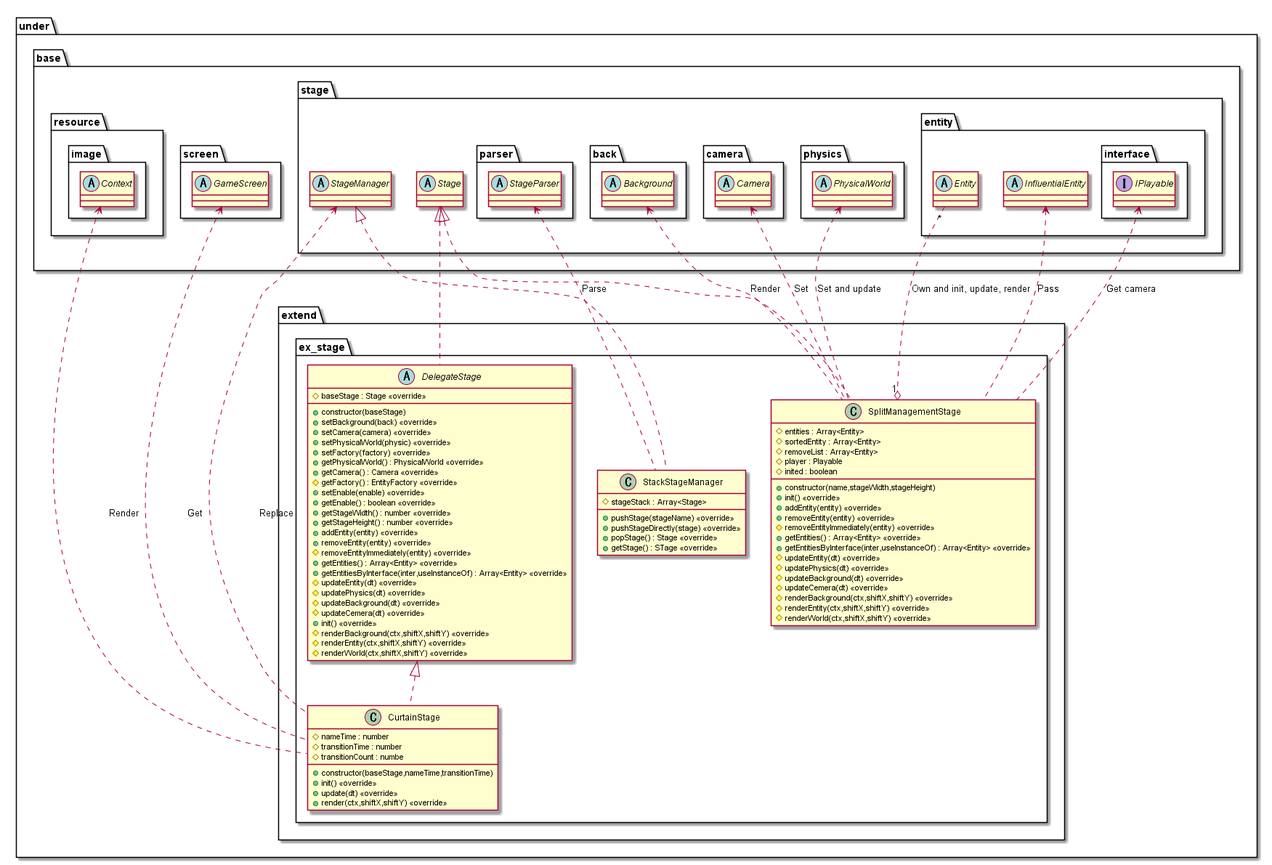
This is out/uml/stage/Extend/StageExtend.png from Expine/Under, a PlantUML export, as it was before one commit.
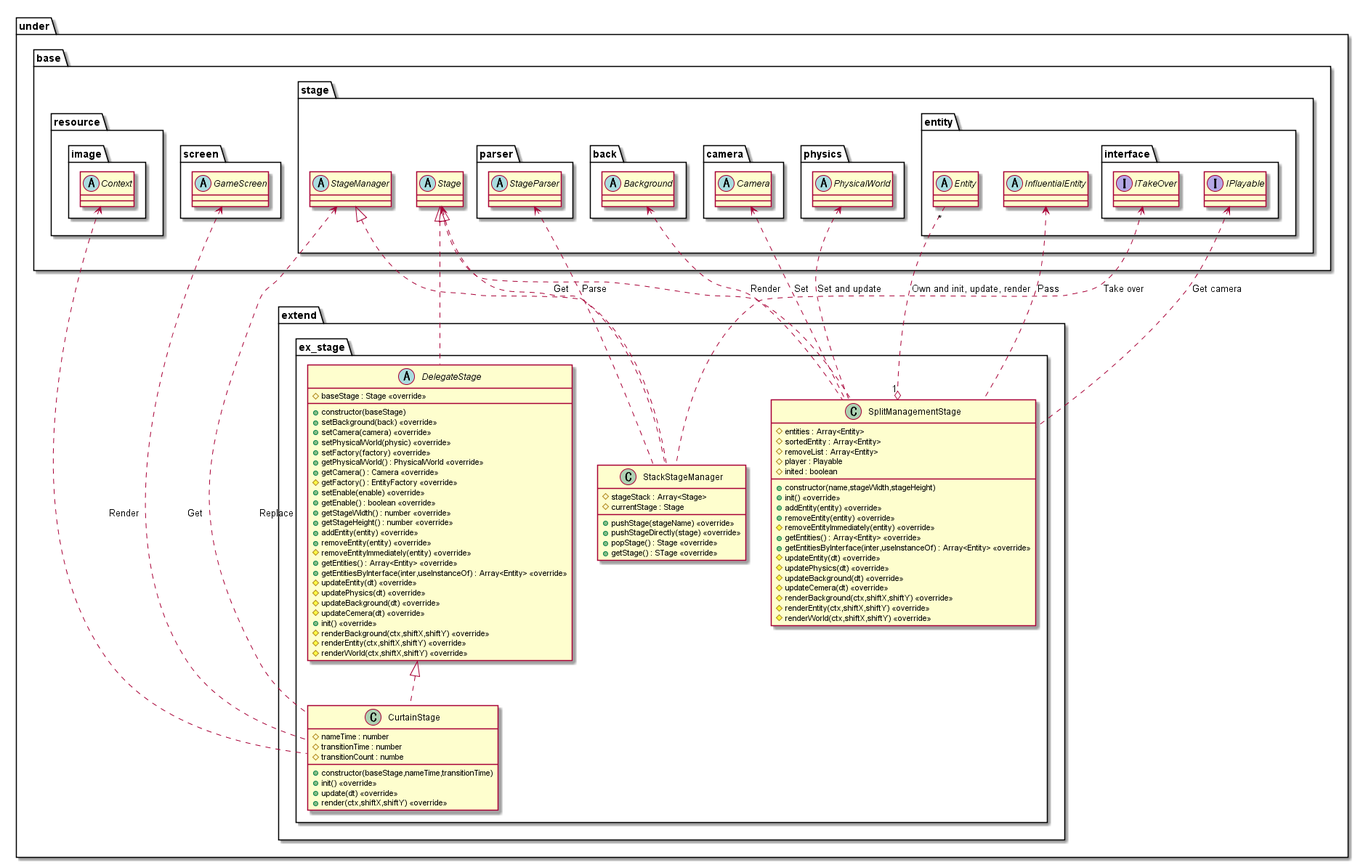
After the change.

Diff of the diagram source:
```diff
@@ -4,6 +4,7 @@
         package ex_stage {
             class StackStageManager {
                 #stageStack : Array<Stage>
+                #currentStage : Stage
                 +pushStage(stageName) <<override>>
                 +pushStageDirectly(stage) <<override>>
                 +popStage() : Stage <<override>>
@@ -99,6 +100,7 @@
             package entity {
                 package interface {
                     interface IPlayable
+                    interface ITakeOver
                 }
                 abstract Entity
                 abstract InfluentialEntity
@@ -108,6 +110,9 @@
 }
 
 StageParser <.. StackStageManager : Parse
+Stage <.. StackStageManager : Get
+ITakeOver <.. StackStageManager : Take over
+
 Entity "*" ..o "1" SplitManagementStage : Own and init, update, render
 IPlayable <.. SplitManagementStage : Get camera
 InfluentialEntity <.. SplitManagementStage : Pass
```
